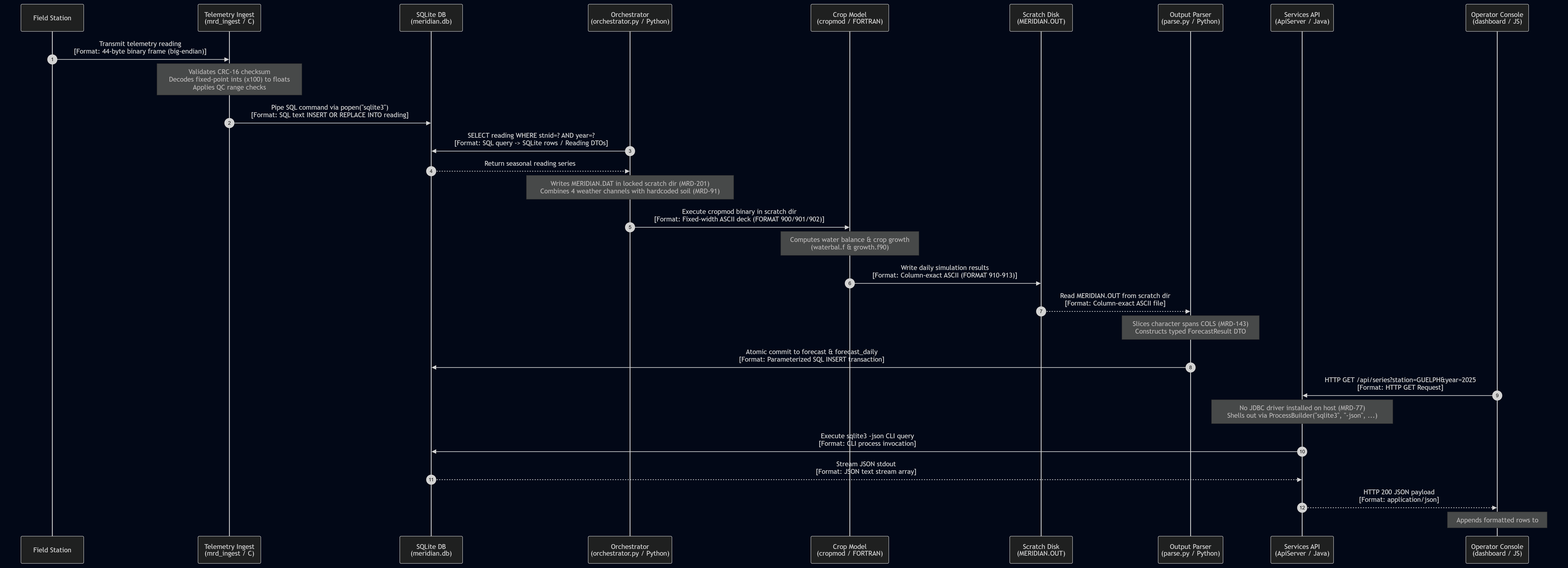
sdias03/Meridian-Archaeology-Canopy keeps this Mermaid diagram as docs/part2_reading_trace.png. Above is the earlier version. Its source is kept beside it as docs/part2_reading_trace.mmd. Source of this version:
```mermaid
sequenceDiagram
    autonumber
    participant Station as Field Station
    participant Ingest as Telemetry Ingest<br/>(mrd_ingest / C)
    participant Store as SQLite DB<br/>(meridian.db)
    participant Orch as Orchestrator<br/>(orchestrator.py / Python)
    participant Model as Crop Model<br/>(cropmod / FORTRAN)
    participant Output as Scratch Disk<br/>(MERIDIAN.OUT)
    participant Parser as Output Parser<br/>(parse.py / Python)
    participant API as Services API<br/>(ApiServer / Java)
    participant Console as Operator Console<br/>(dashboard / JS)

    Station->>Ingest: Transmit telemetry reading<br/>[Format: 44-byte binary frame (big-endian)]
    Note over Ingest: Validates CRC-16 checksum<br/>Decodes fixed-point ints (x100) to floats<br/>Applies QC range checks

    Ingest->>Store: Pipe SQL command via popen("sqlite3")<br/>[Format: SQL text INSERT OR REPLACE INTO reading]

    Orch->>Store: SELECT reading WHERE stnid=? AND year=?<br/>[Format: SQL query -> SQLite rows / Reading DTOs]
    Store-->>Orch: Return seasonal reading series

    Note over Orch: Writes MERIDIAN.DAT in locked scratch dir (MRD-201)<br/>Combines 4 weather channels with hardcoded soil (MRD-91)
    Orch->>Model: Execute cropmod binary in scratch dir<br/>[Format: Fixed-width ASCII deck (FORMAT 900/901/902)]

    Note over Model: Computes water balance & crop growth<br/>(waterbal.f & growth.f90)
    Model->>Output: Write daily simulation results<br/>[Format: Column-exact ASCII (FORMAT 910-913)]

    Output-->>Parser: Read MERIDIAN.OUT from scratch dir<br/>[Format: Column-exact ASCII file]
    Note over Parser: Slices character spans COLS (MRD-143)<br/>Constructs typed ForecastResult DTO
    Parser->>Store: Atomic commit to forecast & forecast_daily<br/>[Format: Parameterized SQL INSERT transaction]

    Console->>API: HTTP GET /api/series?station=GUELPH&year=2025<br/>[Format: HTTP GET Request]
    Note over API: No JDBC driver installed on host (MRD-77)<br/>Shells out via ProcessBuilder("sqlite3", "-json", ...)
    API->>Store: Execute sqlite3 -json CLI query<br/>[Format: CLI process invocation]
    Store-->>API: Stream JSON stdout<br/>[Format: JSON text stream array]
    API-->>Console: HTTP 200 JSON payload<br/>[Format: application/json]

    Note over Console: Appends formatted rows to #series tbody<br/>Renders proportional div.bar heights in #chart (MRD-181)
```
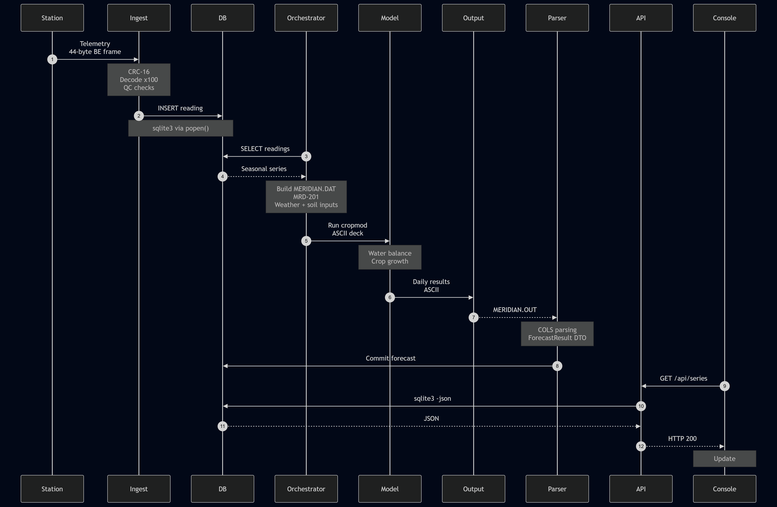
The same diagram one commit later.

Commit message:
Made diagram more concice & narrower

Change to the diagram source:
```diff
@@ -1,37 +1,38 @@
 sequenceDiagram
     autonumber
-    participant Station as Field Station
-    participant Ingest as Telemetry Ingest<br/>(mrd_ingest / C)
-    participant Store as SQLite DB<br/>(meridian.db)
-    participant Orch as Orchestrator<br/>(orchestrator.py / Python)
-    participant Model as Crop Model<br/>(cropmod / FORTRAN)
-    participant Output as Scratch Disk<br/>(MERIDIAN.OUT)
-    participant Parser as Output Parser<br/>(parse.py / Python)
-    participant API as Services API<br/>(ApiServer / Java)
-    participant Console as Operator Console<br/>(dashboard / JS)
 
-    Station->>Ingest: Transmit telemetry reading<br/>[Format: 44-byte binary frame (big-endian)]
-    Note over Ingest: Validates CRC-16 checksum<br/>Decodes fixed-point ints (x100) to floats<br/>Applies QC range checks
+    participant S as Station
+    participant I as Ingest
+    participant D as DB
+    participant O as Orchestrator
+    participant M as Model
+    participant F as Output
+    participant P as Parser
+    participant A as API
+    participant C as Console
 
-    Ingest->>Store: Pipe SQL command via popen("sqlite3")<br/>[Format: SQL text INSERT OR REPLACE INTO reading]
+    S->>I: Telemetry<br/>44-byte BE frame
+    Note over I: CRC-16<br/>Decode x100<br/>QC checks
 
-    Orch->>Store: SELECT reading WHERE stnid=? AND year=?<br/>[Format: SQL query -> SQLite rows / Reading DTOs]
-    Store-->>Orch: Return seasonal reading series
+    I->>D: INSERT reading
+    Note over I,D: sqlite3 via popen()
 
-    Note over Orch: Writes MERIDIAN.DAT in locked scratch dir (MRD-201)<br/>Combines 4 weather channels with hardcoded soil (MRD-91)
-    Orch->>Model: Execute cropmod binary in scratch dir<br/>[Format: Fixed-width ASCII deck (FORMAT 900/901/902)]
+    O->>D: SELECT readings
+    D-->>O: Seasonal series
 
-    Note over Model: Computes water balance & crop growth<br/>(waterbal.f & growth.f90)
-    Model->>Output: Write daily simulation results<br/>[Format: Column-exact ASCII (FORMAT 910-913)]
+    Note over O: Build MERIDIAN.DAT<br/>MRD-201<br/>Weather + soil inputs
+    O->>M: Run cropmod<br/>ASCII deck
 
-    Output-->>Parser: Read MERIDIAN.OUT from scratch dir<br/>[Format: Column-exact ASCII file]
-    Note over Parser: Slices character spans COLS (MRD-143)<br/>Constructs typed ForecastResult DTO
-    Parser->>Store: Atomic commit to forecast & forecast_daily<br/>[Format: Parameterized SQL INSERT transaction]
+    Note over M: Water balance<br/>Crop growth
+    M->>F: Daily results<br/>ASCII
 
-    Console->>API: HTTP GET /api/series?station=GUELPH&year=2025<br/>[Format: HTTP GET Request]
-    Note over API: No JDBC driver installed on host (MRD-77)<br/>Shells out via ProcessBuilder("sqlite3", "-json", ...)
-    API->>Store: Execute sqlite3 -json CLI query<br/>[Format: CLI process invocation]
-    Store-->>API: Stream JSON stdout<br/>[Format: JSON text stream array]
-    API-->>Console: HTTP 200 JSON payload<br/>[Format: application/json]
+    F-->>P: MERIDIAN.OUT
+    Note over P: COLS parsing<br/>ForecastResult DTO
+    P->>D: Commit forecast
 
-    Note over Console: Appends formatted rows to #series tbody<br/>Renders proportional div.bar heights in #chart (MRD-181)
+    C->>A: GET /api/series
+    A->>D: sqlite3 -json
+    D-->>A: JSON
+    A-->>C: HTTP 200
+
+    Note over C: Update #series<br/>Render #chart
```
